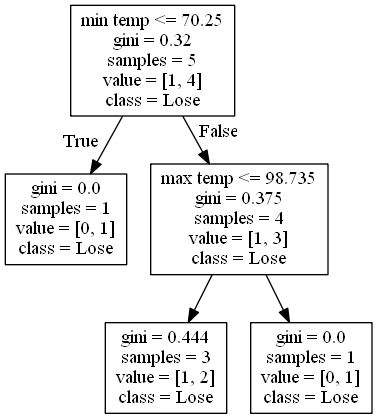
Before: DecisionTrees/Pac-12decision_tree_no_score_or_attendance6.png, a diagram exported from Graphviz (alexana-steck/CSE482Project). Its source is kept beside it as DecisionTrees/Pac-12decision_tree_no_score_or_attendance6.dot.
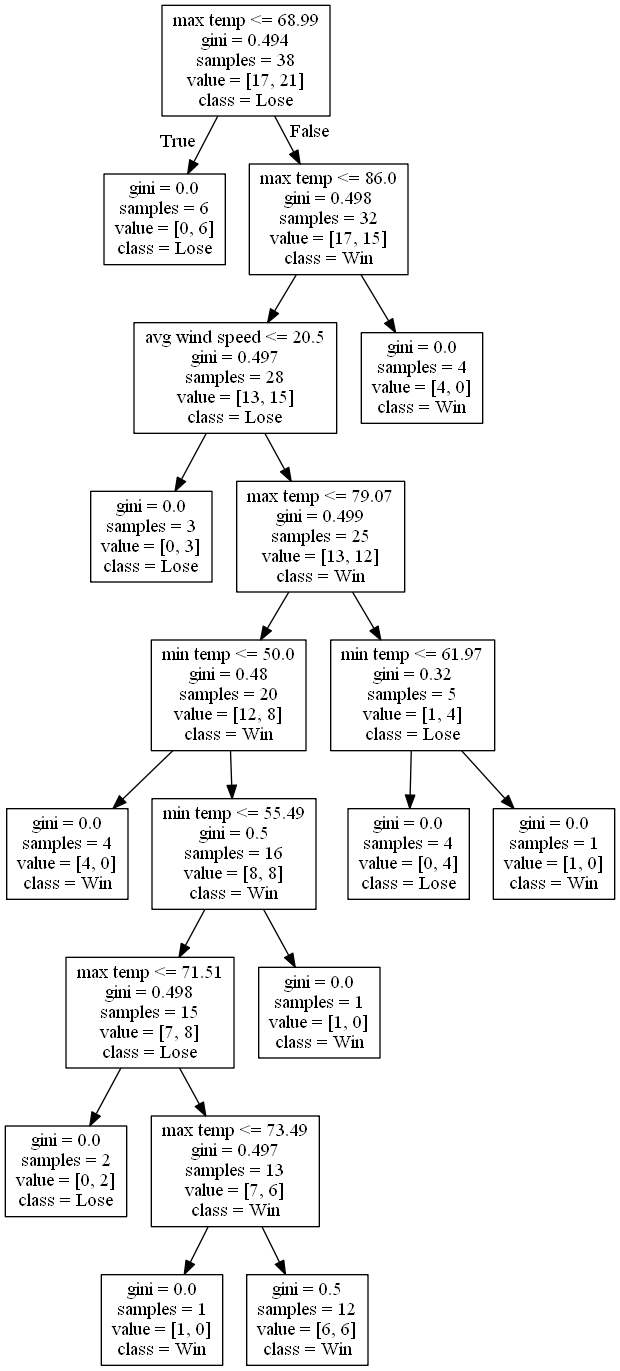
The same file after the commit.

What changed in the source:
```diff
@@ -1,12 +1,40 @@
 digraph Tree {
 node [shape=box] ;
-0 [label="min temp <= 70.25\ngini = 0.32\nsamples = 5\nvalue = [1, 4]\nclass = Lose"] ;
-1 [label="gini = 0.0\nsamples = 1\nvalue = [0, 1]\nclass = Lose"] ;
+0 [label="max temp <= 68.99\ngini = 0.494\nsamples = 38\nvalue = [17, 21]\nclass = Lose"] ;
+1 [label="gini = 0.0\nsamples = 6\nvalue = [0, 6]\nclass = Lose"] ;
 0 -> 1 [labeldistance=2.5, labelangle=45, headlabel="True"] ;
-2 [label="max temp <= 98.735\ngini = 0.375\nsamples = 4\nvalue = [1, 3]\nclass = Lose"] ;
+2 [label="max temp <= 86.0\ngini = 0.498\nsamples = 32\nvalue = [17, 15]\nclass = Win"] ;
 0 -> 2 [labeldistance=2.5, labelangle=-45, headlabel="False"] ;
-3 [label="gini = 0.444\nsamples = 3\nvalue = [1, 2]\nclass = Lose"] ;
+3 [label="avg wind speed <= 20.5\ngini = 0.497\nsamples = 28\nvalue = [13, 15]\nclass = Lose"] ;
 2 -> 3 ;
-4 [label="gini = 0.0\nsamples = 1\nvalue = [0, 1]\nclass = Lose"] ;
-2 -> 4 ;
+4 [label="gini = 0.0\nsamples = 3\nvalue = [0, 3]\nclass = Lose"] ;
+3 -> 4 ;
+5 [label="max temp <= 79.07\ngini = 0.499\nsamples = 25\nvalue = [13, 12]\nclass = Win"] ;
+3 -> 5 ;
+6 [label="min temp <= 50.0\ngini = 0.48\nsamples = 20\nvalue = [12, 8]\nclass = Win"] ;
+5 -> 6 ;
+7 [label="gini = 0.0\nsamples = 4\nvalue = [4, 0]\nclass = Win"] ;
+6 -> 7 ;
+8 [label="min temp <= 55.49\ngini = 0.5\nsamples = 16\nvalue = [8, 8]\nclass = Win"] ;
+6 -> 8 ;
+9 [label="max temp <= 71.51\ngini = 0.498\nsamples = 15\nvalue = [7, 8]\nclass = Lose"] ;
+8 -> 9 ;
+10 [label="gini = 0.0\nsamples = 2\nvalue = [0, 2]\nclass = Lose"] ;
+9 -> 10 ;
+11 [label="max temp <= 73.49\ngini = 0.497\nsamples = 13\nvalue = [7, 6]\nclass = Win"] ;
+9 -> 11 ;
+12 [label="gini = 0.0\nsamples = 1\nvalue = [1, 0]\nclass = Win"] ;
+11 -> 12 ;
+13 [label="gini = 0.5\nsamples = 12\nvalue = [6, 6]\nclass = Win"] ;
+11 -> 13 ;
+14 [label="gini = 0.0\nsamples = 1\nvalue = [1, 0]\nclass = Win"] ;
+8 -> 14 ;
+15 [label="min temp <= 61.97\ngini = 0.32\nsamples = 5\nvalue = [1, 4]\nclass = Lose"] ;
+5 -> 15 ;
+16 [label="gini = 0.0\nsamples = 4\nvalue = [0, 4]\nclass = Lose"] ;
+15 -> 16 ;
+17 [label="gini = 0.0\nsamples = 1\nvalue = [1, 0]\nclass = Win"] ;
+15 -> 17 ;
+18 [label="gini = 0.0\nsamples = 4\nvalue = [4, 0]\nclass = Win"] ;
+2 -> 18 ;
 }
```
